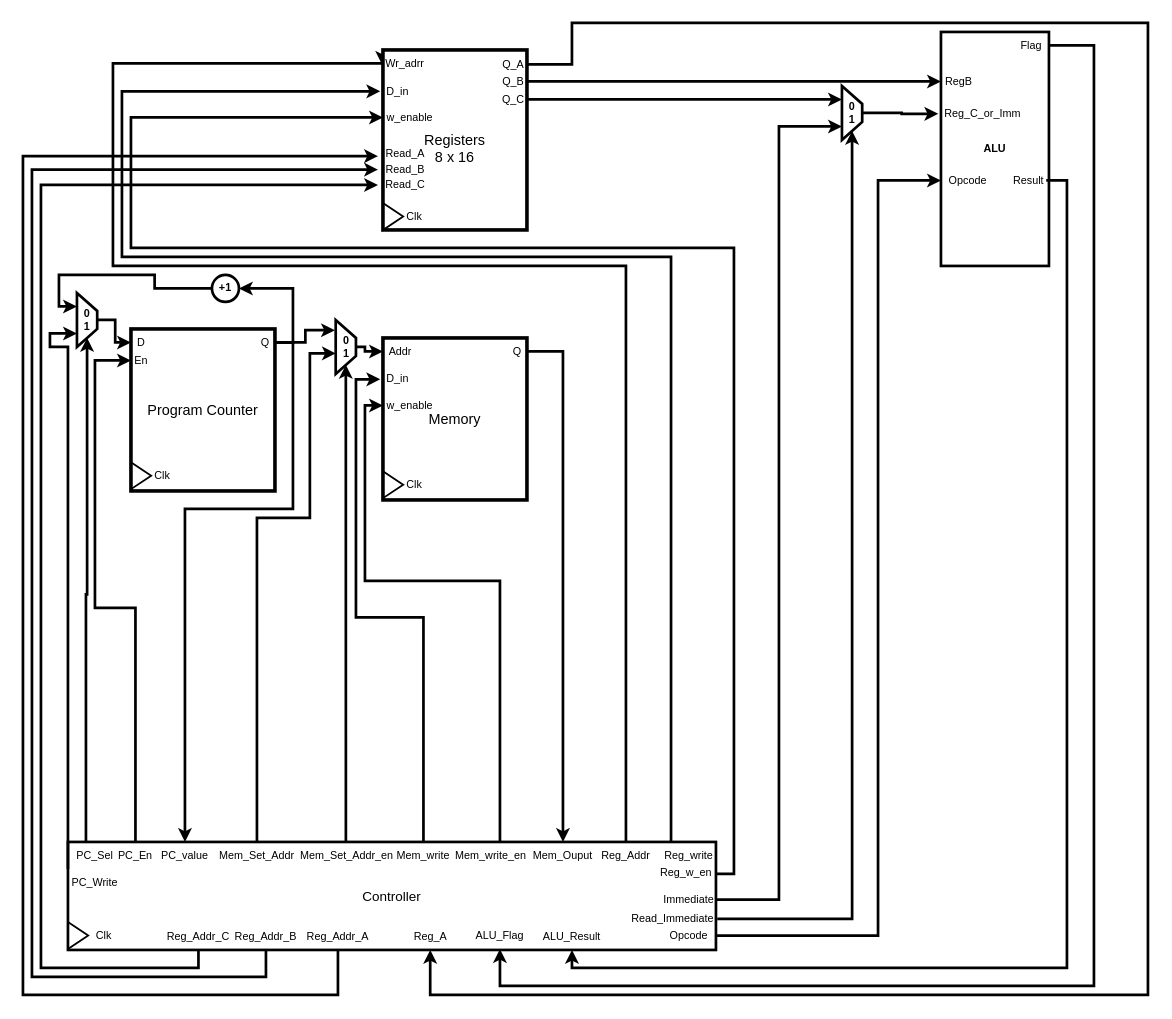
The draw.io diagram page "Control Unit" (2 of 2) of docs/schematics/RiSC_RTL.drawio in adityab7106/RiSC-16, before the edit. Source tidied: cells renumbered, new cells numbered last; positions are measured from the earlier drawing's top-left corner, leaving out a move shared by most shapes. Both pictures are drawn from the tidied source at 90%, with x=0, y=0 at pixel (22, 22).
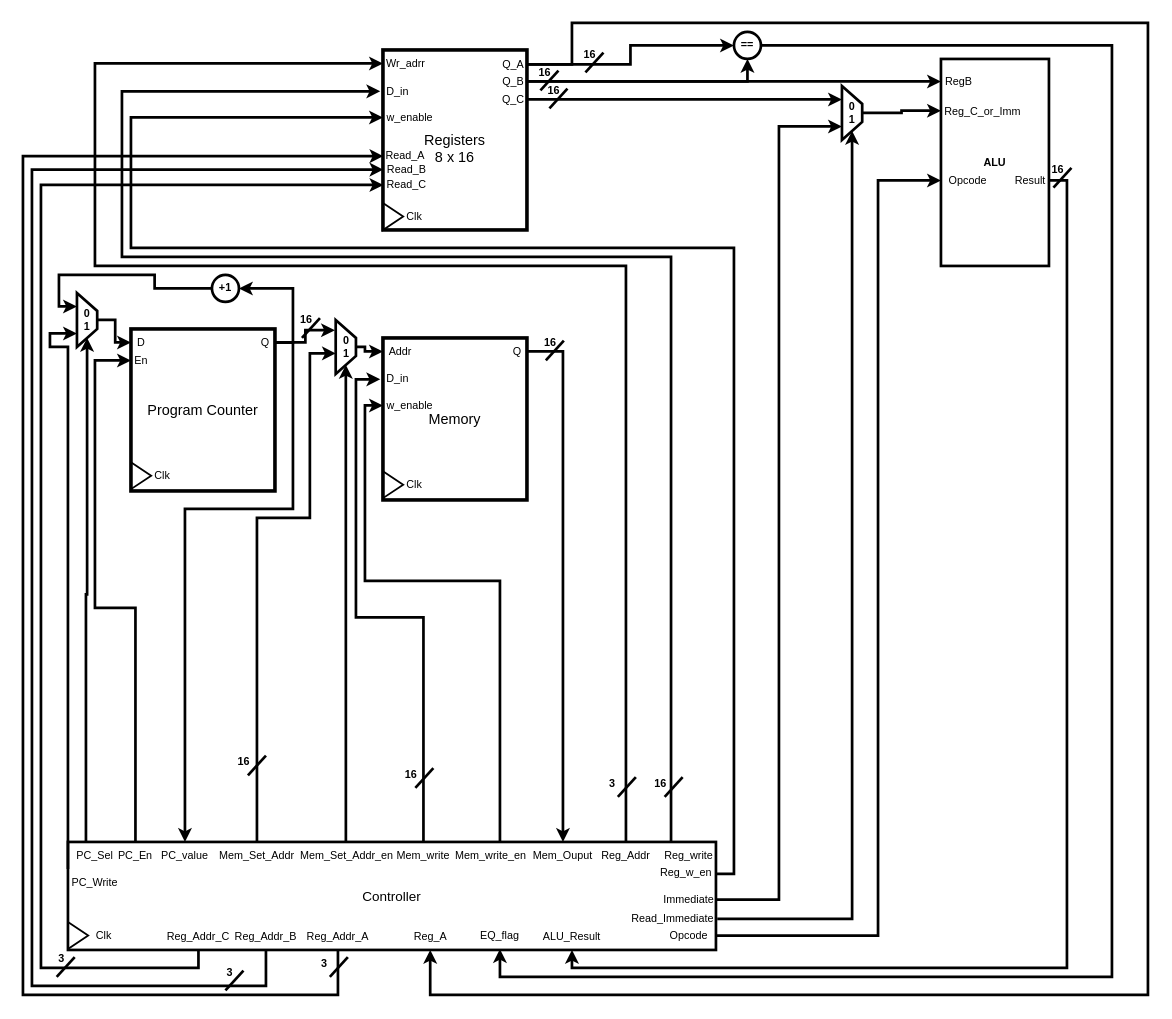
The same diagram, later.

Unchanged cells that the change refers to:
```xml
<mxCell id="44" value="Reg_Addr" style="text;html=1;whiteSpace=wrap;strokeColor=none;fillColor=none;align=center;verticalAlign=middle;rounded=0;" parent="1" vertex="1">
  <mxGeometry x="640" y="910" width="60" height="30" as="geometry" />
</mxCell>
<mxCell id="53" value="Reg_Addr_B" style="text;html=1;whiteSpace=wrap;strokeColor=none;fillColor=none;align=center;verticalAlign=middle;rounded=0;" parent="1" vertex="1">
  <mxGeometry x="240" y="1000" width="60" height="30" as="geometry" />
</mxCell>
<mxCell id="61" value="&lt;div&gt;&lt;font style=&quot;font-size: 16px;&quot;&gt;&lt;br&gt;&lt;/font&gt;&lt;/div&gt;&lt;font style=&quot;font-size: 16px;&quot;&gt;Registers&lt;/font&gt;&lt;div&gt;&lt;font style=&quot;font-size: 16px;&quot;&gt;8 x 16&lt;/font&gt;&lt;/div&gt;" style="rounded=0;whiteSpace=wrap;html=1;strokeWidth=4;" parent="1" vertex="1">
  <mxGeometry x="400" y="30" width="160" height="200" as="geometry" />
</mxCell>
<mxCell id="70" value="Q_A" style="text;html=1;whiteSpace=wrap;strokeColor=none;fillColor=none;align=center;verticalAlign=middle;rounded=0;" parent="1" vertex="1">
  <mxGeometry x="530" y="31" width="30" height="30" as="geometry" />
</mxCell>
<mxCell id="72" value="Q_B" style="text;html=1;whiteSpace=wrap;strokeColor=none;fillColor=none;align=center;verticalAlign=middle;rounded=0;" parent="1" vertex="1">
  <mxGeometry x="530" y="50" width="30" height="30" as="geometry" />
</mxCell>
<mxCell id="78" value="0&lt;div&gt;1&lt;/div&gt;" style="shape=trapezoid;perimeter=trapezoidPerimeter;whiteSpace=wrap;html=1;shapeInside=1;fixedSize=1;strokeWidth=3;direction=south;fontStyle=1;" parent="1" vertex="1">
  <mxGeometry x="910" y="70" width="22.5" height="60" as="geometry" />
</mxCell>
```

Diff of the diagram source:
```diff
@@
-    <mxCell id="43" style="edgeStyle=orthogonalEdgeStyle;rounded=0;jettySize=auto;html=1;fontFamily=Helvetica;fontSize=12;fontColor=default;strokeWidth=3;entryX=-0.005;entryY=0.083;entryDx=0;entryDy=0;entryPerimeter=0;" parent="1" edge="1" source="44" target="61">
-      <mxGeometry relative="1" as="geometry">
-        <Array as="points">
-          <mxPoint x="670" y="270" />
-          <mxPoint x="100" y="270" />
-          <mxPoint x="100" y="44.9" />
-        </Array>
-      </mxGeometry>
-    </mxCell>
+    <mxCell id="92" style="edgeStyle=orthogonalEdgeStyle;rounded=0;jettySize=auto;html=1;entryX=0;entryY=0.5;entryDx=0;entryDy=0;fontFamily=Helvetica;fontSize=12;fontColor=default;strokeWidth=3;" parent="1" edge="1" source="44" target="62">
+      <mxGeometry relative="1" as="geometry">
+        <Array as="points">
+          <mxPoint x="670" y="270" />
+          <mxPoint x="80" y="270" />
+          <mxPoint x="80" y="45" />
+        </Array>
+      </mxGeometry>
+    </mxCell>
@@
     <mxCell id="52" style="edgeStyle=orthogonalEdgeStyle;rounded=0;jettySize=auto;html=1;entryX=0;entryY=0.5;entryDx=0;entryDy=0;fontFamily=Helvetica;fontSize=12;fontColor=default;strokeWidth=3;" parent="1" edge="1" source="53" target="68">
       <mxGeometry relative="1" as="geometry">
         <Array as="points">
-          <mxPoint x="270" y="1060" />
-          <mxPoint x="10" y="1060" />
+          <mxPoint x="270" y="1070" />
+          <mxPoint x="10" y="1070" />
           <mxPoint x="10" y="163" />
         </Array>
       </mxGeometry>
     </mxCell>
@@
     <mxCell id="58" value="&lt;b&gt;ALU&lt;/b&gt;" style="rounded=0;whiteSpace=wrap;html=1;strokeWidth=3;" parent="1" vertex="1">
-      <mxGeometry x="1020" y="10" width="120" height="260" as="geometry" />
+      <mxGeometry x="1020" y="40" width="120" height="230" as="geometry" />
     </mxCell>
@@
     <mxCell id="60" value="Reg_C_or_Imm" style="text;html=1;whiteSpace=wrap;strokeColor=none;fillColor=none;align=center;verticalAlign=middle;rounded=0;" parent="1" vertex="1">
-      <mxGeometry x="1047" y="86" width="39" height="30" as="geometry" />
+      <mxGeometry x="1047" y="84" width="39" height="30" as="geometry" />
     </mxCell>
@@
     <mxCell id="62" value="Wr_adrr" style="text;html=1;whiteSpace=wrap;strokeColor=none;fillColor=none;align=center;verticalAlign=middle;rounded=0;" parent="1" vertex="1">
-      <mxGeometry x="405" y="30" width="39" height="30" as="geometry" />
+      <mxGeometry x="400" y="30" width="51" height="30" as="geometry" />
     </mxCell>
@@
     <mxCell id="67" value="Read_A" style="text;html=1;whiteSpace=wrap;strokeColor=none;fillColor=none;align=center;verticalAlign=middle;rounded=0;" parent="1" vertex="1">
-      <mxGeometry x="394.5" y="130" width="60" height="30" as="geometry" />
+      <mxGeometry x="394.5" y="133" width="60" height="30" as="geometry" />
     </mxCell>
     <mxCell id="68" value="Read_B" style="text;html=1;whiteSpace=wrap;strokeColor=none;fillColor=none;align=center;verticalAlign=middle;rounded=0;" parent="1" vertex="1">
-      <mxGeometry x="394.5" y="148" width="60" height="30" as="geometry" />
+      <mxGeometry x="400.5" y="148" width="51" height="30" as="geometry" />
     </mxCell>
@@
+    <mxCell id="93" style="edgeStyle=orthogonalEdgeStyle;rounded=0;jettySize=auto;html=1;fontFamily=Helvetica;fontSize=12;fontColor=default;strokeWidth=3;" parent="1" edge="1" source="70" target="96">
+      <mxGeometry relative="1" as="geometry" />
+    </mxCell>
@@
+    <mxCell id="94" style="edgeStyle=orthogonalEdgeStyle;rounded=0;jettySize=auto;html=1;entryX=0.5;entryY=1;entryDx=0;entryDy=0;fontFamily=Helvetica;fontSize=12;fontColor=default;strokeWidth=3;" parent="1" edge="1" source="72" target="96">
+      <mxGeometry relative="1" as="geometry" />
+    </mxCell>
@@
     <mxCell id="75" value="Read_C" style="text;html=1;whiteSpace=wrap;strokeColor=none;fillColor=none;align=center;verticalAlign=middle;rounded=0;" parent="1" vertex="1">
-      <mxGeometry x="394.5" y="165" width="60" height="30" as="geometry" />
+      <mxGeometry x="400.5" y="165" width="51" height="30" as="geometry" />
     </mxCell>
@@
+    <mxCell id="79" style="edgeStyle=orthogonalEdgeStyle;rounded=0;jettySize=auto;html=1;entryX=0;entryY=0.25;entryDx=0;entryDy=0;fontFamily=Helvetica;fontSize=12;fontColor=default;strokeWidth=3;" parent="1" edge="1" source="78" target="58">
+      <mxGeometry relative="1" as="geometry">
+        <Array as="points">
+          <mxPoint x="976.2" y="100" />
+          <mxPoint x="976.2" y="97.5" />
+        </Array>
+      </mxGeometry>
+    </mxCell>
@@
-    <mxCell id="79" style="edgeStyle=orthogonalEdgeStyle;rounded=0;jettySize=auto;html=1;entryX=-0.025;entryY=0.35;entryDx=0;entryDy=0;entryPerimeter=0;fontFamily=Helvetica;fontSize=12;fontColor=default;strokeWidth=3;" parent="1" edge="1" source="78" target="58">
-      <mxGeometry relative="1" as="geometry" />
-    </mxCell>
@@
     <mxCell id="86" value="Result" style="text;html=1;whiteSpace=wrap;strokeColor=none;fillColor=none;align=center;verticalAlign=middle;rounded=0;" parent="1" vertex="1">
-      <mxGeometry x="1098" y="160" width="39" height="30" as="geometry" />
+      <mxGeometry x="1100" y="160" width="39" height="30" as="geometry" />
     </mxCell>
@@
-    <mxCell id="88" value="ALU_Flag" style="text;html=1;whiteSpace=wrap;strokeColor=none;fillColor=none;align=center;verticalAlign=middle;rounded=0;" parent="1" vertex="1">
+    <mxCell id="88" value="EQ_flag" style="text;html=1;whiteSpace=wrap;strokeColor=none;fillColor=none;align=center;verticalAlign=middle;rounded=0;" parent="1" vertex="1">
       <mxGeometry x="500" y="999" width="60" height="30" as="geometry" />
     </mxCell>
-    <mxCell id="89" style="edgeStyle=orthogonalEdgeStyle;rounded=0;jettySize=auto;html=1;entryX=0.5;entryY=1;entryDx=0;entryDy=0;fontFamily=Helvetica;fontSize=12;fontColor=default;fontStyle=1;strokeWidth=3;" parent="1" edge="1" source="90" target="88">
-      <mxGeometry relative="1" as="geometry">
-        <Array as="points">
-          <mxPoint x="1190" y="25.1" />
-          <mxPoint x="1190" y="1070" />
-          <mxPoint x="530" y="1070" />
-        </Array>
-      </mxGeometry>
-    </mxCell>
-    <mxCell id="90" value="Flag" style="text;html=1;whiteSpace=wrap;strokeColor=none;fillColor=none;align=center;verticalAlign=middle;rounded=0;" parent="1" vertex="1">
-      <mxGeometry x="1101" y="10" width="39" height="30" as="geometry" />
-    </mxCell>
@@
+    <mxCell id="95" style="edgeStyle=orthogonalEdgeStyle;rounded=0;jettySize=auto;html=1;entryX=0.5;entryY=1;entryDx=0;entryDy=0;fontFamily=Helvetica;fontSize=12;fontColor=default;strokeWidth=3;" parent="1" edge="1" source="96" target="88">
+      <mxGeometry relative="1" as="geometry">
+        <Array as="points">
+          <mxPoint x="1210" y="25" />
+          <mxPoint x="1210" y="1060" />
+          <mxPoint x="530" y="1060" />
+        </Array>
+      </mxGeometry>
+    </mxCell>
+    <mxCell id="96" value="==" style="ellipse;whiteSpace=wrap;html=1;shapeInside=1;align=center;verticalAlign=top;fontFamily=Helvetica;fontSize=12;fontColor=default;fillColor=none;gradientColor=none;strokeWidth=3;fontStyle=1;" parent="1" vertex="1">
+      <mxGeometry x="790" y="10" width="30" height="30" as="geometry" />
+    </mxCell>
+    <mxCell id="97" style="group;" parent="1" vertex="1">
+      <mxGeometry x="1120" y="148" width="60" height="35" as="geometry" />
+    </mxCell>
+    <mxCell id="98" style="endArrow=none;html=1;rounded=0;fontFamily=Helvetica;fontSize=12;fontColor=default;strokeWidth=3;" parent="97" edge="1">
+      <mxGeometry relative="1" as="geometry">
+        <mxPoint x="25" y="35" as="sourcePoint" />
+        <mxPoint x="45" y="13" as="targetPoint" />
+      </mxGeometry>
+    </mxCell>
+    <mxCell id="99" value="16" style="text;html=1;whiteSpace=wrap;strokeColor=none;fillColor=none;align=center;verticalAlign=middle;rounded=0;fontStyle=1;" parent="97" vertex="1">
+      <mxGeometry width="60" height="30" as="geometry" />
+    </mxCell>
+    <mxCell id="100" style="group;" parent="1" vertex="1">
+      <mxGeometry x="550" y="40" width="60" height="35" as="geometry" />
+    </mxCell>
+    <mxCell id="101" style="endArrow=none;html=1;rounded=0;fontFamily=Helvetica;fontSize=12;fontColor=default;strokeWidth=3;" parent="100" edge="1">
+      <mxGeometry relative="1" as="geometry">
+        <mxPoint x="25" y="35" as="sourcePoint" />
+        <mxPoint x="45" y="13" as="targetPoint" />
+      </mxGeometry>
+    </mxCell>
+    <mxCell id="102" value="16" style="text;html=1;whiteSpace=wrap;strokeColor=none;fillColor=none;align=center;verticalAlign=middle;rounded=0;fontStyle=1;" parent="100" vertex="1">
+      <mxGeometry width="60" height="30" as="geometry" />
+    </mxCell>
+    <mxCell id="103" style="group;" parent="1" vertex="1">
+      <mxGeometry x="560" y="60" width="60" height="35" as="geometry" />
+    </mxCell>
+    <mxCell id="104" style="endArrow=none;html=1;rounded=0;fontFamily=Helvetica;fontSize=12;fontColor=default;strokeWidth=3;" parent="103" edge="1">
+      <mxGeometry relative="1" as="geometry">
+        <mxPoint x="25" y="35" as="sourcePoint" />
+        <mxPoint x="45" y="13" as="targetPoint" />
+      </mxGeometry>
+    </mxCell>
+    <mxCell id="105" value="16" style="text;html=1;whiteSpace=wrap;strokeColor=none;fillColor=none;align=center;verticalAlign=middle;rounded=0;fontStyle=1;" parent="103" vertex="1">
+      <mxGeometry width="60" height="30" as="geometry" />
+    </mxCell>
+    <mxCell id="106" style="group;" parent="1" vertex="1">
+      <mxGeometry x="600" y="20" width="60" height="35" as="geometry" />
+    </mxCell>
+    <mxCell id="107" style="endArrow=none;html=1;rounded=0;fontFamily=Helvetica;fontSize=12;fontColor=default;strokeWidth=3;" parent="106" edge="1">
+      <mxGeometry relative="1" as="geometry">
+        <mxPoint x="25" y="35" as="sourcePoint" />
+        <mxPoint x="45" y="13" as="targetPoint" />
+      </mxGeometry>
+    </mxCell>
+    <mxCell id="108" value="16" style="text;html=1;whiteSpace=wrap;strokeColor=none;fillColor=none;align=center;verticalAlign=middle;rounded=0;fontStyle=1;" parent="106" vertex="1">
+      <mxGeometry width="60" height="30" as="geometry" />
+    </mxCell>
+    <mxCell id="109" style="group;" parent="1" vertex="1">
+      <mxGeometry x="285" y="315" width="60" height="35" as="geometry" />
+    </mxCell>
+    <mxCell id="110" style="endArrow=none;html=1;rounded=0;fontFamily=Helvetica;fontSize=12;fontColor=default;strokeWidth=3;" parent="109" edge="1">
+      <mxGeometry relative="1" as="geometry">
+        <mxPoint x="25" y="35" as="sourcePoint" />
+        <mxPoint x="45" y="13" as="targetPoint" />
+      </mxGeometry>
+    </mxCell>
+    <mxCell id="111" value="16" style="text;html=1;whiteSpace=wrap;strokeColor=none;fillColor=none;align=center;verticalAlign=middle;rounded=0;fontStyle=1;" parent="109" vertex="1">
+      <mxGeometry width="60" height="30" as="geometry" />
+    </mxCell>
+    <mxCell id="112" style="group;" parent="1" vertex="1">
+      <mxGeometry x="556" y="340" width="60" height="35" as="geometry" />
+    </mxCell>
+    <mxCell id="113" style="endArrow=none;html=1;rounded=0;fontFamily=Helvetica;fontSize=12;fontColor=default;strokeWidth=3;" parent="112" edge="1">
+      <mxGeometry relative="1" as="geometry">
+        <mxPoint x="25" y="35" as="sourcePoint" />
+        <mxPoint x="45" y="13" as="targetPoint" />
+      </mxGeometry>
+    </mxCell>
+    <mxCell id="114" value="16" style="text;html=1;whiteSpace=wrap;strokeColor=none;fillColor=none;align=center;verticalAlign=middle;rounded=0;fontStyle=1;" parent="112" vertex="1">
+      <mxGeometry width="60" height="30" as="geometry" />
+    </mxCell>
+    <mxCell id="115" style="group;" parent="1" vertex="1">
+      <mxGeometry x="229" y="806" width="41" height="30" as="geometry" />
+    </mxCell>
+    <mxCell id="116" style="endArrow=none;html=1;rounded=0;fontFamily=Helvetica;fontSize=12;fontColor=default;strokeWidth=3;" parent="115" edge="1">
+      <mxGeometry relative="1" as="geometry">
+        <mxPoint x="21" y="30" as="sourcePoint" />
+        <mxPoint x="41" y="8" as="targetPoint" />
+      </mxGeometry>
+    </mxCell>
+    <mxCell id="117" value="16" style="text;html=1;whiteSpace=wrap;strokeColor=none;fillColor=none;align=center;verticalAlign=middle;rounded=0;fontStyle=1;" parent="115" vertex="1">
+      <mxGeometry width="33" height="30" as="geometry" />
+    </mxCell>
+    <mxCell id="118" style="group;" parent="1" vertex="1">
+      <mxGeometry x="415" y="820" width="41" height="30" as="geometry" />
+    </mxCell>
+    <mxCell id="119" style="endArrow=none;html=1;rounded=0;fontFamily=Helvetica;fontSize=12;fontColor=default;strokeWidth=3;" parent="118" edge="1">
+      <mxGeometry relative="1" as="geometry">
+        <mxPoint x="21" y="30" as="sourcePoint" />
+        <mxPoint x="41" y="8" as="targetPoint" />
+      </mxGeometry>
+    </mxCell>
+    <mxCell id="120" value="16" style="text;html=1;whiteSpace=wrap;strokeColor=none;fillColor=none;align=center;verticalAlign=middle;rounded=0;fontStyle=1;" parent="118" vertex="1">
+      <mxGeometry width="33" height="30" as="geometry" />
+    </mxCell>
+    <mxCell id="121" style="group;" parent="1" vertex="1">
+      <mxGeometry x="640" y="830" width="41" height="30" as="geometry" />
+    </mxCell>
+    <mxCell id="122" style="endArrow=none;html=1;rounded=0;fontFamily=Helvetica;fontSize=12;fontColor=default;strokeWidth=3;" parent="121" edge="1">
+      <mxGeometry relative="1" as="geometry">
+        <mxPoint x="21" y="30" as="sourcePoint" />
+        <mxPoint x="41" y="8" as="targetPoint" />
+      </mxGeometry>
+    </mxCell>
+    <mxCell id="123" value="3" style="text;html=1;whiteSpace=wrap;strokeColor=none;fillColor=none;align=center;verticalAlign=middle;rounded=0;fontStyle=1;" parent="121" vertex="1">
+      <mxGeometry width="30" height="30" as="geometry" />
+    </mxCell>
+    <mxCell id="124" style="group;" parent="1" vertex="1">
+      <mxGeometry x="692" y="830" width="41" height="30" as="geometry" />
+    </mxCell>
+    <mxCell id="125" style="endArrow=none;html=1;rounded=0;fontFamily=Helvetica;fontSize=12;fontColor=default;strokeWidth=3;" parent="124" edge="1">
+      <mxGeometry relative="1" as="geometry">
+        <mxPoint x="21" y="30" as="sourcePoint" />
+        <mxPoint x="41" y="8" as="targetPoint" />
+      </mxGeometry>
+    </mxCell>
+    <mxCell id="126" value="16" style="text;html=1;whiteSpace=wrap;strokeColor=none;fillColor=none;align=center;verticalAlign=middle;rounded=0;fontStyle=1;" parent="124" vertex="1">
+      <mxGeometry width="33" height="30" as="geometry" />
+    </mxCell>
+    <mxCell id="127" style="group;" parent="1" vertex="1">
+      <mxGeometry x="320" y="1030" width="41" height="30" as="geometry" />
+    </mxCell>
+    <mxCell id="128" style="endArrow=none;html=1;rounded=0;fontFamily=Helvetica;fontSize=12;fontColor=default;strokeWidth=3;" parent="127" edge="1">
+      <mxGeometry relative="1" as="geometry">
+        <mxPoint x="21" y="30" as="sourcePoint" />
+        <mxPoint x="41" y="8" as="targetPoint" />
+      </mxGeometry>
+    </mxCell>
+    <mxCell id="129" value="3" style="text;html=1;whiteSpace=wrap;strokeColor=none;fillColor=none;align=center;verticalAlign=middle;rounded=0;fontStyle=1;" parent="127" vertex="1">
+      <mxGeometry width="30" height="30" as="geometry" />
+    </mxCell>
+    <mxCell id="130" style="group;" parent="1" vertex="1">
+      <mxGeometry x="200" y="1040" width="60" height="35" as="geometry" />
+    </mxCell>
+    <mxCell id="131" style="endArrow=none;html=1;rounded=0;fontFamily=Helvetica;fontSize=12;fontColor=default;strokeWidth=3;" parent="130" edge="1">
+      <mxGeometry relative="1" as="geometry">
+        <mxPoint x="25" y="35" as="sourcePoint" />
+        <mxPoint x="45" y="13" as="targetPoint" />
+      </mxGeometry>
+    </mxCell>
+    <mxCell id="132" value="3" style="text;html=1;whiteSpace=wrap;strokeColor=none;fillColor=none;align=center;verticalAlign=middle;rounded=0;fontStyle=1;" parent="130" vertex="1">
+      <mxGeometry width="60" height="30" as="geometry" />
+    </mxCell>
+    <mxCell id="133" style="group;" parent="1" vertex="1">
+      <mxGeometry x="12.5" y="1025" width="60" height="35" as="geometry" />
+    </mxCell>
+    <mxCell id="134" style="endArrow=none;html=1;rounded=0;fontFamily=Helvetica;fontSize=12;fontColor=default;strokeWidth=3;" parent="133" edge="1">
+      <mxGeometry relative="1" as="geometry">
+        <mxPoint x="25" y="35" as="sourcePoint" />
+        <mxPoint x="45" y="13" as="targetPoint" />
+      </mxGeometry>
+    </mxCell>
+    <mxCell id="135" value="3" style="text;html=1;whiteSpace=wrap;strokeColor=none;fillColor=none;align=center;verticalAlign=middle;rounded=0;fontStyle=1;" parent="133" vertex="1">
+      <mxGeometry width="60" height="30" as="geometry" />
+    </mxCell>
```
